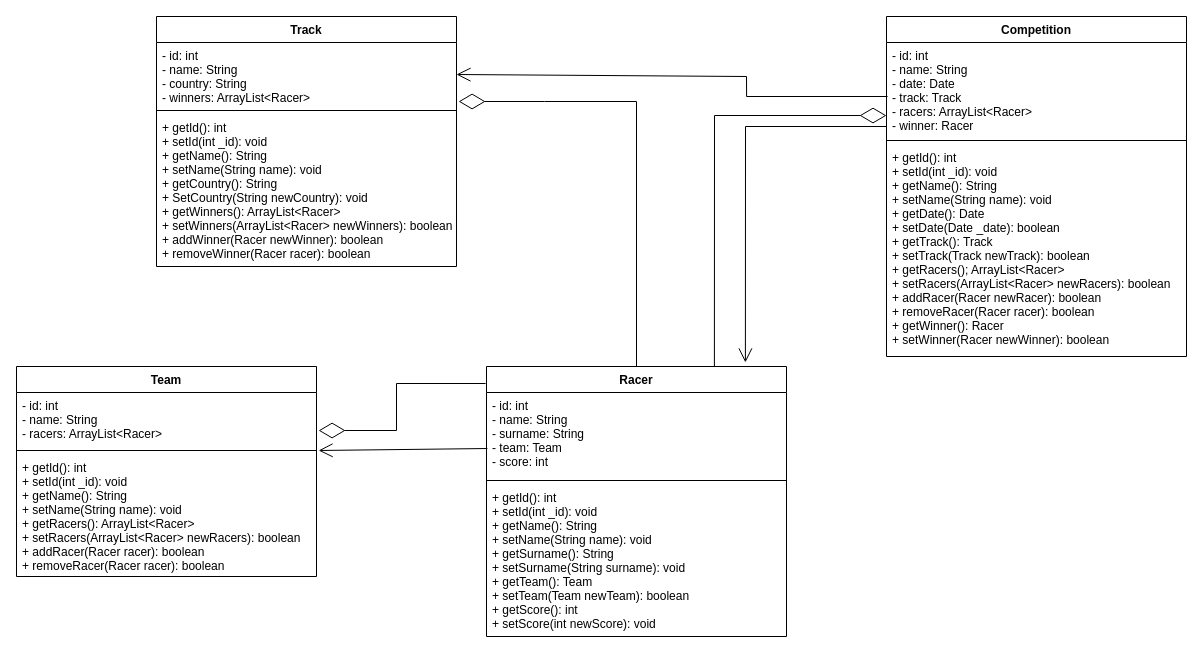
The draw.io diagram OOP/1/Classes.drawio in SeveR31ru/stud, before the edit. Source tidied: cells renumbered, new cells numbered last; positions are measured from the earlier drawing's top-left corner, leaving out a move shared by most shapes. Both pictures are drawn from the tidied source at 100%, with x=0, y=0 at pixel (16, 16).
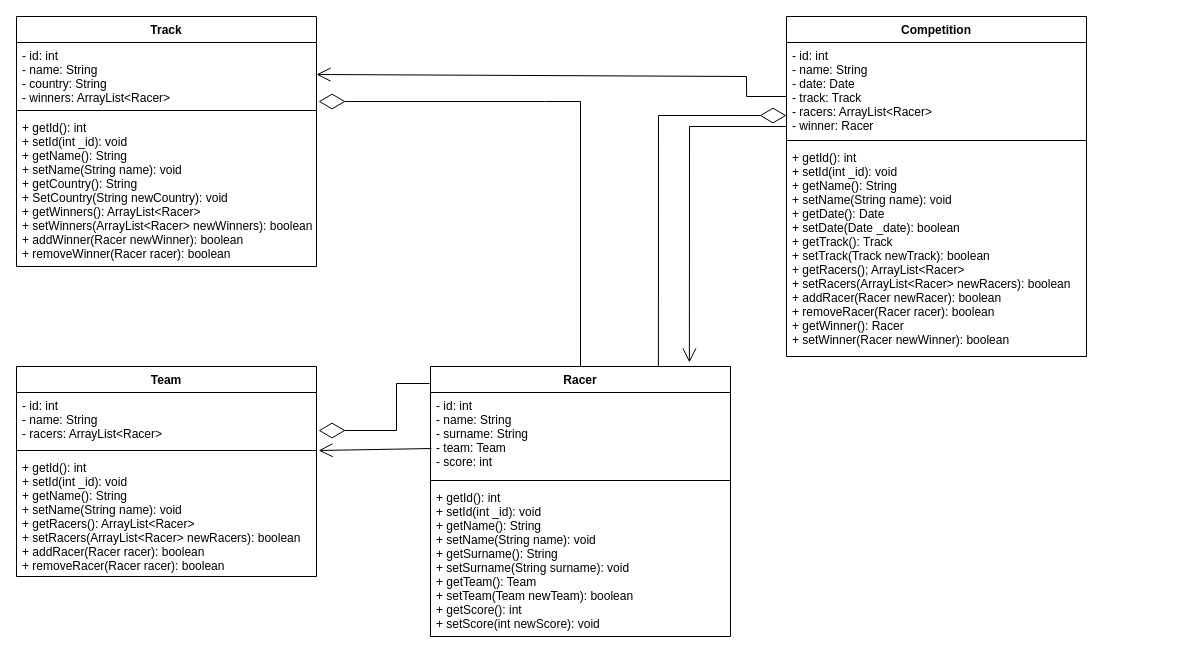
After the change.

Unchanged cells that the change refers to:
```xml
<mxCell id="11" value="- id: int&#10;- name: String&#10;- country: String&#10;- winners: ArrayList&lt;Racer&gt;" style="text;strokeColor=none;fillColor=none;align=left;verticalAlign=top;spacingLeft=4;spacingRight=4;overflow=hidden;points=[[0,0.5],[1,0.5]];portConstraint=eastwest;" parent="10" vertex="1">
  <mxGeometry y="26" width="300" height="64" as="geometry" />
</mxCell>
<mxCell id="15" value="- id: int&#10;- name: String&#10;- date: Date&#10;- track: Track&#10;- racers: ArrayList&lt;Racer&gt;&#10;- winner: Racer" style="text;strokeColor=none;fillColor=none;align=left;verticalAlign=top;spacingLeft=4;spacingRight=4;overflow=hidden;points=[[0,0.5],[1,0.5]];portConstraint=eastwest;" parent="14" vertex="1">
  <mxGeometry y="26" width="300" height="94" as="geometry" />
</mxCell>
```

Diff of the diagram source:
```diff
@@
     <mxCell id="6" value="Racer" style="swimlane;fontStyle=1;align=center;verticalAlign=top;horizontal=1;startSize=26;" parent="1" vertex="1">
-      <mxGeometry x="470" y="350" width="300" height="270" as="geometry" />
+      <mxGeometry x="414" y="350" width="300" height="270" as="geometry" />
     </mxCell>
@@
     <mxCell id="10" value="Track" style="swimlane;fontStyle=1;align=center;verticalAlign=top;horizontal=1;startSize=26;" parent="1" vertex="1">
-      <mxGeometry x="140" width="300" height="250" as="geometry" />
+      <mxGeometry width="300" height="250" as="geometry" />
     </mxCell>
@@
     <mxCell id="14" value="Competition" style="swimlane;fontStyle=1;align=center;verticalAlign=top;horizontal=1;startSize=26;" parent="1" vertex="1">
-      <mxGeometry x="870" width="300" height="340" as="geometry" />
+      <mxGeometry x="770" width="300" height="340" as="geometry" />
     </mxCell>
@@
     <mxCell id="20" style="endArrow=diamondThin;endFill=0;endSize=24;html=1;entryX=1.007;entryY=0.922;entryDx=0;entryDy=0;exitX=0.5;exitY=0;exitDx=0;exitDy=0;rounded=0;entryPerimeter=0;" parent="1" edge="1" source="6" target="11">
       <mxGeometry relative="1" as="geometry">
         <Array as="points">
-          <mxPoint x="620" y="85" />
+          <mxPoint x="564" y="85" />
           <mxPoint x="528" y="85" />
         </Array>
       </mxGeometry>
     </mxCell>
     <mxCell id="21" style="endArrow=diamondThin;endFill=0;endSize=24;html=1;entryX=0;entryY=0.777;entryDx=0;entryDy=0;exitX=0.5;exitY=0;exitDx=0;exitDy=0;rounded=0;entryPerimeter=0;" parent="1" edge="1" target="15">
       <mxGeometry relative="1" as="geometry">
-        <mxPoint x="697.9" y="350" as="sourcePoint" />
+        <mxPoint x="641.9" y="350" as="sourcePoint" />
         <Array as="points">
-          <mxPoint x="698" y="99" />
+          <mxPoint x="642" y="99" />
         </Array>
       </mxGeometry>
     </mxCell>
-    <mxCell id="22" style="endArrow=open;endFill=1;endSize=12;html=1;exitX=0.003;exitY=0.667;exitDx=0;exitDy=0;exitPerimeter=0;entryX=0.863;entryY=-0.015;entryDx=0;entryDy=0;entryPerimeter=0;rounded=0;" parent="1" edge="1" target="6">
+    <mxCell id="22" style="endArrow=open;endFill=1;endSize=12;html=1;entryX=0.863;entryY=-0.015;entryDx=0;entryDy=0;entryPerimeter=0;rounded=0;" parent="1" edge="1" target="6">
       <mxGeometry relative="1" as="geometry">
-        <mxPoint x="870" y="110" as="sourcePoint" />
+        <mxPoint x="770" y="110" as="sourcePoint" />
         <Array as="points">
-          <mxPoint x="729" y="110" />
+          <mxPoint x="673" y="110" />
         </Array>
       </mxGeometry>
     </mxCell>
-    <mxCell id="23" style="endArrow=open;endFill=1;endSize=12;html=1;exitX=0.003;exitY=0.667;exitDx=0;exitDy=0;exitPerimeter=0;entryX=1;entryY=0.5;entryDx=0;entryDy=0;rounded=0;" parent="1" edge="1" target="11">
+    <mxCell id="23" style="endArrow=open;endFill=1;endSize=12;html=1;entryX=1;entryY=0.5;entryDx=0;entryDy=0;rounded=0;" parent="1" edge="1" target="11">
       <mxGeometry relative="1" as="geometry">
-        <mxPoint x="871.1" y="80" as="sourcePoint" />
+        <mxPoint x="770" y="80" as="sourcePoint" />
         <Array as="points">
           <mxPoint x="730.1" y="80" />
           <mxPoint x="730" y="60" />
         </Array>
       </mxGeometry>
     </mxCell>
```
